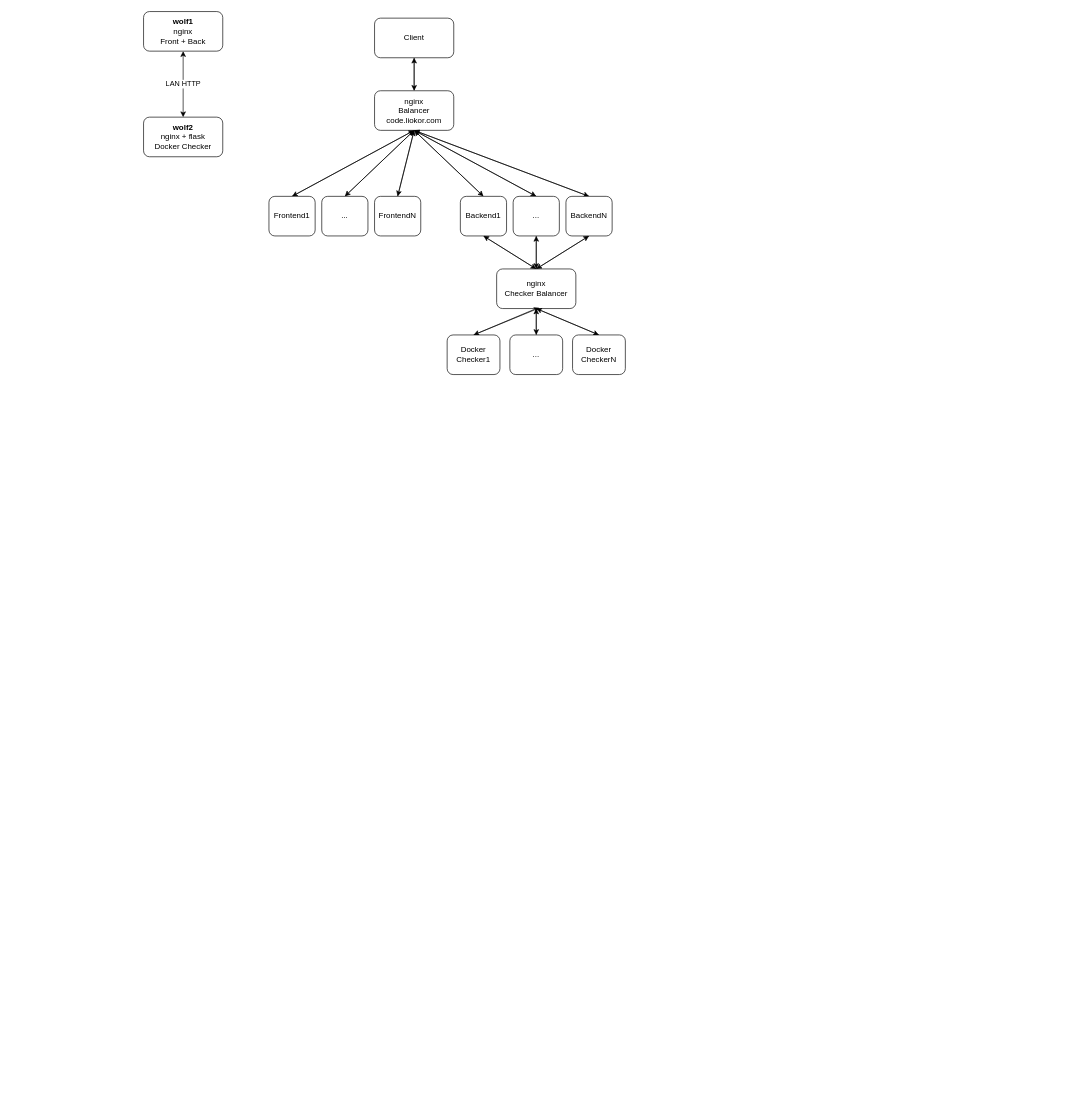
Earlier version of the draw.io diagram deploy_scheme.drawio (LioKor/LioKorCode_Docs). Source tidied: cells renumbered, new cells numbered last; positions are measured from the earlier drawing's top-left corner, leaving out a move shared by most shapes. Both pictures are drawn from the tidied source at 66%, with x=0, y=0 at pixel (143, 11).
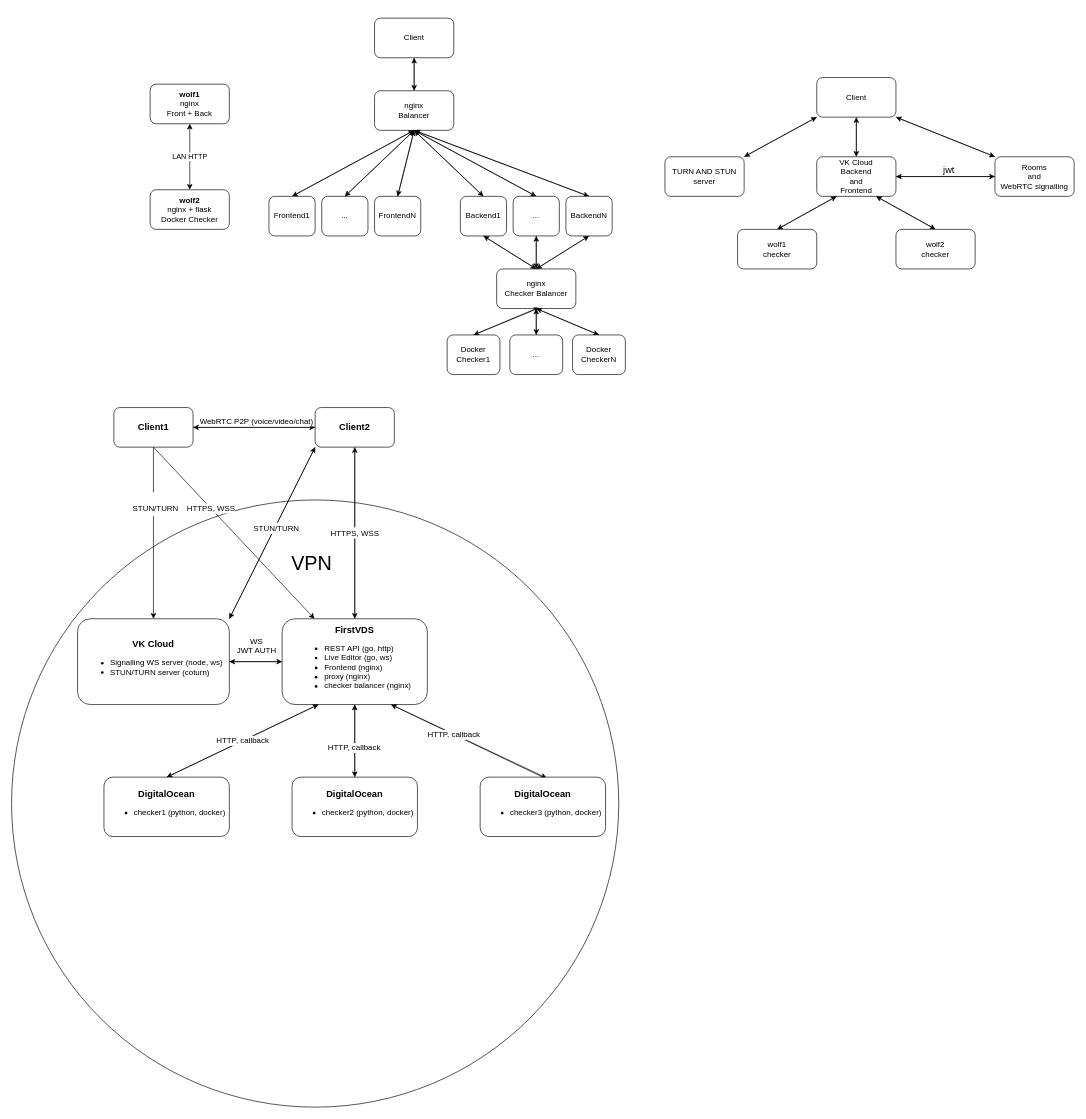
The same diagram, later.

Commit message:
webrtc: sounds, settings, search

The edit, as a diff of the source:
```diff
@@
+    <mxCell id="43" style="ellipse;whiteSpace=wrap;html=1;fontSize=12;" parent="1" vertex="1">
+      <mxGeometry x="-200" y="740" width="920" height="920" as="geometry" />
+    </mxCell>
     <mxCell id="2" value="&lt;div&gt;&lt;b&gt;wolf1&lt;/b&gt;&lt;br&gt;nginx&lt;/div&gt;&lt;div&gt;Front + Back&lt;br&gt;&lt;/div&gt;" style="rounded=1;whiteSpace=wrap;html=1;" parent="1" vertex="1">
-      <mxGeometry width="120" height="60" as="geometry" />
+      <mxGeometry x="10" y="110" width="120" height="60" as="geometry" />
     </mxCell>
     <mxCell id="3" value="&lt;b&gt;wolf2&lt;br&gt;&lt;/b&gt;&lt;div&gt;nginx + flask&lt;br&gt;Docker Checker&lt;br&gt;&lt;/div&gt;" style="rounded=1;whiteSpace=wrap;html=1;" parent="1" vertex="1">
-      <mxGeometry y="160" width="120" height="60" as="geometry" />
+      <mxGeometry x="10" y="270" width="120" height="60" as="geometry" />
     </mxCell>
@@
-    <mxCell id="12" value="&lt;div&gt;nginx&lt;/div&gt;&lt;div&gt;Balancer&lt;br&gt;&lt;/div&gt;&lt;div&gt;code.liokor.com&lt;br&gt;&lt;/div&gt;" style="rounded=1;whiteSpace=wrap;html=1;" parent="1" vertex="1">
+    <mxCell id="12" value="&lt;div&gt;nginx&lt;/div&gt;&lt;div&gt;Balancer&lt;br&gt;&lt;/div&gt;" style="rounded=1;whiteSpace=wrap;html=1;" parent="1" vertex="1">
       <mxGeometry x="350" y="120" width="120" height="60" as="geometry" />
     </mxCell>
@@
+    <mxCell id="44" style="edgeStyle=none;rounded=0;jettySize=auto;html=1;exitX=0.5;exitY=0;exitDx=0;exitDy=0;entryX=0.5;entryY=1;entryDx=0;entryDy=0;" parent="1" edge="1" source="48" target="52">
+      <mxGeometry relative="1" as="geometry" />
+    </mxCell>
+    <mxCell id="45" style="rounded=0;jettySize=auto;html=1;exitX=0.25;exitY=1;exitDx=0;exitDy=0;entryX=0.5;entryY=0;entryDx=0;entryDy=0;" parent="1" edge="1" source="48" target="54">
+      <mxGeometry relative="1" as="geometry" />
+    </mxCell>
+    <mxCell id="46" style="edgeStyle=none;rounded=0;jettySize=auto;html=1;exitX=0.75;exitY=1;exitDx=0;exitDy=0;entryX=0.5;entryY=0;entryDx=0;entryDy=0;" parent="1" edge="1" source="48" target="56">
+      <mxGeometry relative="1" as="geometry" />
+    </mxCell>
+    <mxCell id="47" style="edgeStyle=none;rounded=0;jettySize=auto;html=1;exitX=1;exitY=0.5;exitDx=0;exitDy=0;entryX=0;entryY=0.5;entryDx=0;entryDy=0;" parent="1" edge="1" source="48" target="61">
+      <mxGeometry relative="1" as="geometry" />
+    </mxCell>
+    <mxCell id="48" value="&lt;div&gt;VK Cloud&lt;br&gt;Backend&lt;/div&gt;&lt;div&gt;and&lt;/div&gt;&lt;div&gt;Frontend&lt;br&gt;&lt;/div&gt;" style="rounded=1;whiteSpace=wrap;html=1;" parent="1" vertex="1">
+      <mxGeometry x="1020" y="220" width="120" height="60" as="geometry" />
+    </mxCell>
+    <mxCell id="49" style="edgeStyle=none;rounded=0;jettySize=auto;html=1;exitX=0.5;exitY=1;exitDx=0;exitDy=0;" parent="1" edge="1" source="52" target="48">
+      <mxGeometry relative="1" as="geometry" />
+    </mxCell>
+    <mxCell id="50" style="edgeStyle=none;rounded=0;jettySize=auto;html=1;exitX=1;exitY=1;exitDx=0;exitDy=0;entryX=0;entryY=0;entryDx=0;entryDy=0;" parent="1" edge="1" source="52" target="61">
+      <mxGeometry relative="1" as="geometry" />
+    </mxCell>
+    <mxCell id="51" style="edgeStyle=none;rounded=0;jettySize=auto;html=1;exitX=0;exitY=1;exitDx=0;exitDy=0;entryX=1;entryY=0;entryDx=0;entryDy=0;fontSize=14;" parent="1" edge="1" source="52" target="58">
+      <mxGeometry relative="1" as="geometry" />
+    </mxCell>
+    <mxCell id="52" value="&lt;div&gt;Client&lt;/div&gt;" style="rounded=1;whiteSpace=wrap;html=1;" parent="1" vertex="1">
+      <mxGeometry x="1020" y="100" width="120" height="60" as="geometry" />
+    </mxCell>
+    <mxCell id="53" style="edgeStyle=none;rounded=0;jettySize=auto;html=1;exitX=0.5;exitY=0;exitDx=0;exitDy=0;entryX=0.25;entryY=1;entryDx=0;entryDy=0;" parent="1" edge="1" source="54" target="48">
+      <mxGeometry relative="1" as="geometry" />
+    </mxCell>
+    <mxCell id="54" value="&lt;div&gt;wolf1&lt;/div&gt;&lt;div&gt;checker&lt;br&gt;&lt;/div&gt;" style="rounded=1;whiteSpace=wrap;html=1;" parent="1" vertex="1">
+      <mxGeometry x="900" y="330" width="120" height="60" as="geometry" />
+    </mxCell>
+    <mxCell id="55" style="edgeStyle=none;rounded=0;jettySize=auto;html=1;exitX=0.5;exitY=0;exitDx=0;exitDy=0;entryX=0.75;entryY=1;entryDx=0;entryDy=0;" parent="1" edge="1" source="56" target="48">
+      <mxGeometry relative="1" as="geometry" />
+    </mxCell>
+    <mxCell id="56" value="&lt;div&gt;wolf2&lt;/div&gt;&lt;div&gt;checker&lt;br&gt;&lt;/div&gt;" style="rounded=1;whiteSpace=wrap;html=1;" parent="1" vertex="1">
+      <mxGeometry x="1140" y="330" width="120" height="60" as="geometry" />
+    </mxCell>
+    <mxCell id="57" style="edgeStyle=none;rounded=0;jettySize=auto;html=1;exitX=1;exitY=0;exitDx=0;exitDy=0;entryX=0;entryY=1;entryDx=0;entryDy=0;fontSize=14;" parent="1" edge="1" source="58" target="52">
+      <mxGeometry relative="1" as="geometry" />
+    </mxCell>
+    <mxCell id="58" value="&lt;div&gt;TURN AND STUN&lt;/div&gt;&lt;div&gt;server&lt;br&gt;&lt;/div&gt;" style="rounded=1;whiteSpace=wrap;html=1;" parent="1" vertex="1">
+      <mxGeometry x="790" y="220" width="120" height="60" as="geometry" />
+    </mxCell>
+    <mxCell id="59" style="edgeStyle=none;rounded=0;jettySize=auto;html=1;exitX=0;exitY=0;exitDx=0;exitDy=0;entryX=1;entryY=1;entryDx=0;entryDy=0;" parent="1" edge="1" source="61" target="52">
+      <mxGeometry relative="1" as="geometry" />
+    </mxCell>
+    <mxCell id="60" value="&lt;font style=&quot;font-size: 14px&quot;&gt;jwt&lt;/font&gt;" style="edgeStyle=none;rounded=0;jettySize=auto;html=1;exitX=0;exitY=0.5;exitDx=0;exitDy=0;" parent="1" edge="1" source="61" target="48">
+      <mxGeometry x="-0.07" y="-10" relative="1" as="geometry" />
+    </mxCell>
+    <mxCell id="61" value="&lt;div&gt;Rooms &lt;br&gt;&lt;/div&gt;&lt;div&gt;and &lt;br&gt;&lt;/div&gt;&lt;div&gt;WebRTC signalling&lt;/div&gt;" style="rounded=1;whiteSpace=wrap;html=1;" parent="1" vertex="1">
+      <mxGeometry x="1290" y="220" width="120" height="60" as="geometry" />
+    </mxCell>
+    <mxCell id="62" style="rounded=0;jettySize=auto;html=1;exitX=0.25;exitY=1;exitDx=0;exitDy=0;entryX=0.5;entryY=0;entryDx=0;entryDy=0;" parent="1" edge="1" source="67" target="73">
+      <mxGeometry relative="1" as="geometry" />
+    </mxCell>
+    <mxCell id="63" style="rounded=0;jettySize=auto;html=1;exitX=0.5;exitY=0;exitDx=0;exitDy=0;entryX=0.5;entryY=1;entryDx=0;entryDy=0;fontSize=14;" parent="1" edge="1" source="67" target="71">
+      <mxGeometry relative="1" as="geometry" />
+    </mxCell>
+    <mxCell id="64" style="edgeStyle=none;rounded=0;jettySize=auto;html=1;exitX=0;exitY=0.5;exitDx=0;exitDy=0;entryX=1;entryY=0.5;entryDx=0;entryDy=0;fontSize=12;" parent="1" edge="1" source="67" target="77">
+      <mxGeometry relative="1" as="geometry" />
+    </mxCell>
+    <mxCell id="65" style="edgeStyle=none;rounded=0;jettySize=auto;html=1;exitX=0.5;exitY=1;exitDx=0;exitDy=0;entryX=0.5;entryY=0;entryDx=0;entryDy=0;fontSize=12;" parent="1" edge="1" source="67" target="87">
+      <mxGeometry relative="1" as="geometry" />
+    </mxCell>
+    <mxCell id="66" style="edgeStyle=none;rounded=0;jettySize=auto;html=1;exitX=0.75;exitY=1;exitDx=0;exitDy=0;entryX=0.531;entryY=0.015;entryDx=0;entryDy=0;entryPerimeter=0;fontSize=12;" parent="1" edge="1" source="67" target="90">
+      <mxGeometry relative="1" as="geometry" />
+    </mxCell>
+    <mxCell id="67" value="&lt;div&gt;&lt;b&gt;&lt;font style=&quot;font-size: 14px&quot;&gt;FirstVDS&lt;/font&gt;&lt;/b&gt;&lt;/div&gt;&lt;div align=&quot;left&quot;&gt;&lt;ul&gt;&lt;li&gt;REST API (go, http)&lt;/li&gt;&lt;li&gt;Live Editor (go, ws)&lt;br&gt;&lt;/li&gt;&lt;li&gt;Frontend (nginx)&lt;/li&gt;&lt;li&gt;proxy (nginx)&lt;br&gt;&lt;/li&gt;&lt;li&gt;checker balancer (nginx)&lt;br&gt;&lt;/li&gt;&lt;/ul&gt;&lt;/div&gt;" style="rounded=1;whiteSpace=wrap;html=1;" parent="1" vertex="1">
+      <mxGeometry x="210" y="920" width="220" height="130" as="geometry" />
+    </mxCell>
+    <mxCell id="68" style="edgeStyle=none;rounded=0;jettySize=auto;html=1;exitX=0;exitY=1;exitDx=0;exitDy=0;entryX=1;entryY=0;entryDx=0;entryDy=0;fontSize=14;" parent="1" edge="1" source="71" target="77">
+      <mxGeometry relative="1" as="geometry" />
+    </mxCell>
+    <mxCell id="69" value="&lt;font style=&quot;font-size: 12px&quot;&gt;HTTPS, WSS&lt;/font&gt;" style="edgeStyle=none;rounded=0;jettySize=auto;html=1;exitX=0.5;exitY=1;exitDx=0;exitDy=0;entryX=0.5;entryY=0;entryDx=0;entryDy=0;fontSize=14;" parent="1" edge="1" source="71" target="67">
+      <mxGeometry relative="1" as="geometry" />
+    </mxCell>
+    <mxCell id="70" style="edgeStyle=none;rounded=0;jettySize=auto;html=1;exitX=0;exitY=0.5;exitDx=0;exitDy=0;entryX=1;entryY=0.5;entryDx=0;entryDy=0;fontSize=12;" parent="1" edge="1" source="71" target="84">
+      <mxGeometry relative="1" as="geometry" />
+    </mxCell>
+    <mxCell id="71" value="&lt;div style=&quot;font-size: 14px&quot;&gt;&lt;b&gt;&lt;font style=&quot;font-size: 14px&quot;&gt;Client2&lt;/font&gt;&lt;/b&gt;&lt;/div&gt;" style="rounded=1;whiteSpace=wrap;html=1;" parent="1" vertex="1">
+      <mxGeometry x="260" y="600" width="120" height="60" as="geometry" />
+    </mxCell>
+    <mxCell id="72" value="&lt;div style=&quot;font-size: 12px&quot;&gt;&lt;font style=&quot;font-size: 12px&quot;&gt;HTTP&lt;/font&gt;&lt;font style=&quot;font-size: 12px&quot;&gt;, callback&lt;/font&gt;&lt;/div&gt;" style="edgeStyle=none;rounded=0;jettySize=auto;html=1;exitX=0.5;exitY=0;exitDx=0;exitDy=0;entryX=0.25;entryY=1;entryDx=0;entryDy=0;" parent="1" edge="1" source="73" target="67">
+      <mxGeometry relative="1" as="geometry" />
+    </mxCell>
+    <mxCell id="73" value="&lt;div&gt;&lt;b&gt;&lt;font style=&quot;font-size: 14px&quot;&gt;DigitalOcean&lt;/font&gt;&lt;/b&gt;&lt;/div&gt;&lt;div align=&quot;left&quot;&gt;&lt;ul&gt;&lt;li&gt;checker1 (python, docker)&lt;br&gt;&lt;/li&gt;&lt;/ul&gt;&lt;/div&gt;" style="rounded=1;whiteSpace=wrap;html=1;" parent="1" vertex="1">
+      <mxGeometry x="-60" y="1160" width="190" height="90" as="geometry" />
+    </mxCell>
+    <mxCell id="74" value="&lt;font style=&quot;font-size: 12px&quot;&gt;STUN/TURN&lt;/font&gt;" style="edgeStyle=none;rounded=0;jettySize=auto;html=1;exitX=1;exitY=0;exitDx=0;exitDy=0;entryX=0;entryY=1;entryDx=0;entryDy=0;fontSize=14;" parent="1" edge="1" source="77" target="71">
+      <mxGeometry x="0.06" y="-2" relative="1" as="geometry" />
+    </mxCell>
+    <mxCell id="75" style="edgeStyle=none;rounded=0;jettySize=auto;html=1;exitX=1;exitY=0.5;exitDx=0;exitDy=0;entryX=0;entryY=0.5;entryDx=0;entryDy=0;fontSize=12;" parent="1" edge="1" source="77" target="67">
+      <mxGeometry relative="1" as="geometry" />
+    </mxCell>
+    <mxCell id="76" value="&lt;div style=&quot;font-size: 12px&quot;&gt;&lt;font style=&quot;font-size: 12px&quot;&gt;WS&lt;/font&gt;&lt;/div&gt;&lt;div style=&quot;font-size: 12px&quot;&gt;&lt;font style=&quot;font-size: 12px&quot;&gt;JWT AUTH&lt;br&gt;&lt;/font&gt;&lt;/div&gt;" style="edgeLabel;html=1;align=center;verticalAlign=middle;fontSize=14;" parent="75" vertex="1">
+      <mxGeometry x="0.27" y="-1" relative="1" as="geometry">
+        <mxPoint x="-11" y="-26" as="offset" />
+      </mxGeometry>
+    </mxCell>
+    <mxCell id="77" value="&lt;div&gt;&lt;b&gt;&lt;font style=&quot;font-size: 14px&quot;&gt;VK Cloud&lt;/font&gt;&lt;/b&gt;&lt;br&gt;&lt;/div&gt;&lt;div align=&quot;left&quot;&gt;&lt;ul&gt;&lt;li&gt;Signalling WS server (node, ws)&lt;br&gt;&lt;/li&gt;&lt;li&gt;STUN/TURN server (coturn)&lt;/li&gt;&lt;/ul&gt;&lt;/div&gt;" style="rounded=1;whiteSpace=wrap;html=1;" parent="1" vertex="1">
+      <mxGeometry x="-100" y="920" width="230" height="130" as="geometry" />
+    </mxCell>
+    <mxCell id="78" style="edgeStyle=none;rounded=0;jettySize=auto;html=1;exitX=1;exitY=0.5;exitDx=0;exitDy=0;entryX=0;entryY=0.5;entryDx=0;entryDy=0;fontSize=12;" parent="1" edge="1" source="84" target="71">
+      <mxGeometry relative="1" as="geometry" />
+    </mxCell>
+    <mxCell id="79" value="&lt;div&gt;WebRTC P2P (voice/video/chat)&lt;/div&gt;" style="edgeLabel;html=1;align=center;verticalAlign=middle;fontSize=12;" parent="78" vertex="1">
+      <mxGeometry x="0.24" y="-1" relative="1" as="geometry">
+        <mxPoint x="-20" y="-11" as="offset" />
+      </mxGeometry>
+    </mxCell>
+    <mxCell id="80" style="edgeStyle=none;rounded=0;jettySize=auto;html=1;exitX=0.5;exitY=1;exitDx=0;exitDy=0;fontSize=30;" parent="1" edge="1" source="84" target="77">
+      <mxGeometry relative="1" as="geometry" />
+    </mxCell>
+    <mxCell id="81" value="&lt;font style=&quot;font-size: 12px&quot;&gt;STUN/TURN&lt;/font&gt;" style="edgeLabel;html=1;align=center;verticalAlign=middle;fontSize=30;" parent="80" vertex="1">
+      <mxGeometry x="-0.35" y="2" relative="1" as="geometry" />
+    </mxCell>
+    <mxCell id="82" style="edgeStyle=none;rounded=0;jettySize=auto;html=1;exitX=0.5;exitY=1;exitDx=0;exitDy=0;fontSize=30;" parent="1" edge="1" source="84" target="67">
+      <mxGeometry relative="1" as="geometry" />
+    </mxCell>
+    <mxCell id="83" value="HTTPS, WSS" style="edgeLabel;html=1;align=center;verticalAlign=middle;fontSize=12;" parent="82" vertex="1">
+      <mxGeometry x="-0.29" relative="1" as="geometry" />
+    </mxCell>
+    <mxCell id="84" value="&lt;div style=&quot;font-size: 14px&quot;&gt;&lt;font style=&quot;font-size: 14px&quot;&gt;&lt;b&gt;Client1&lt;/b&gt;&lt;/font&gt;&lt;/div&gt;" style="rounded=1;whiteSpace=wrap;html=1;" parent="1" vertex="1">
+      <mxGeometry x="-45" y="600" width="120" height="60" as="geometry" />
+    </mxCell>
+    <mxCell id="85" style="edgeStyle=none;rounded=0;jettySize=auto;html=1;exitX=0.5;exitY=0;exitDx=0;exitDy=0;entryX=0.5;entryY=1;entryDx=0;entryDy=0;fontSize=12;" parent="1" edge="1" source="87" target="67">
+      <mxGeometry relative="1" as="geometry" />
+    </mxCell>
+    <mxCell id="86" value="HTTP, callback" style="edgeLabel;html=1;align=center;verticalAlign=middle;fontSize=12;" parent="85" vertex="1">
+      <mxGeometry x="-0.18" y="2" relative="1" as="geometry" />
+    </mxCell>
+    <mxCell id="87" value="&lt;div&gt;&lt;b&gt;&lt;font style=&quot;font-size: 14px&quot;&gt;DigitalOcean&lt;/font&gt;&lt;/b&gt;&lt;/div&gt;&lt;div align=&quot;left&quot;&gt;&lt;ul&gt;&lt;li&gt;checker2 (python, docker)&lt;br&gt;&lt;/li&gt;&lt;/ul&gt;&lt;/div&gt;" style="rounded=1;whiteSpace=wrap;html=1;" parent="1" vertex="1">
+      <mxGeometry x="225" y="1160" width="190" height="90" as="geometry" />
+    </mxCell>
+    <mxCell id="88" style="edgeStyle=none;rounded=0;jettySize=auto;html=1;exitX=0.5;exitY=0;exitDx=0;exitDy=0;entryX=0.75;entryY=1;entryDx=0;entryDy=0;fontSize=12;" parent="1" edge="1" source="90" target="67">
+      <mxGeometry relative="1" as="geometry" />
+    </mxCell>
+    <mxCell id="89" value="&lt;div&gt;HTTP, callback&lt;/div&gt;" style="edgeLabel;html=1;align=center;verticalAlign=middle;fontSize=12;" parent="88" vertex="1">
+      <mxGeometry x="0.18" relative="1" as="geometry" />
+    </mxCell>
+    <mxCell id="90" value="&lt;div&gt;&lt;b&gt;&lt;font style=&quot;font-size: 14px&quot;&gt;DigitalOcean&lt;/font&gt;&lt;/b&gt;&lt;/div&gt;&lt;div align=&quot;left&quot;&gt;&lt;ul&gt;&lt;li&gt;checker3 (python, docker)&lt;br&gt;&lt;/li&gt;&lt;/ul&gt;&lt;/div&gt;" style="rounded=1;whiteSpace=wrap;html=1;" parent="1" vertex="1">
+      <mxGeometry x="510" y="1160" width="190" height="90" as="geometry" />
+    </mxCell>
+    <mxCell id="91" value="&lt;font style=&quot;font-size: 30px&quot;&gt;VPN&lt;/font&gt;" style="text;html=1;strokeColor=none;fillColor=none;align=center;verticalAlign=middle;whiteSpace=wrap;rounded=0;fontSize=12;" parent="1" vertex="1">
+      <mxGeometry x="225" y="820" width="60" height="30" as="geometry" />
+    </mxCell>
```
